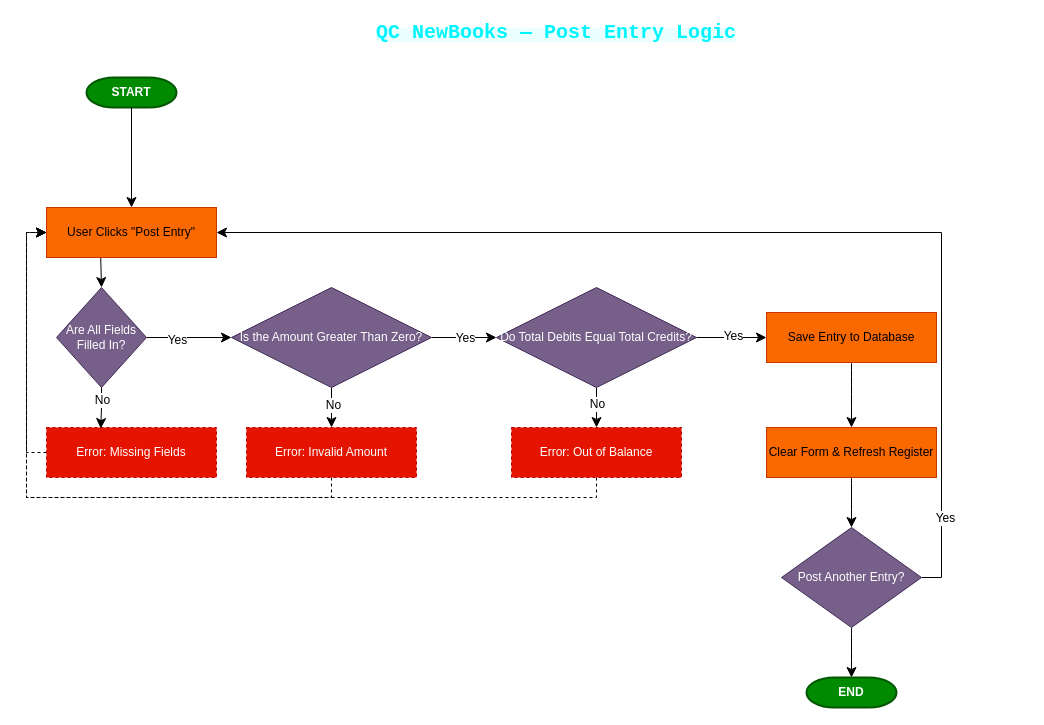
Earlier version of the draw.io diagram page "Part A — Flowchart" (1 of 2) of QC_NewBooks_Diagrams.drawio (callefrankie227-beep/diagram-qc-new-books). Source tidied: cells renumbered, new cells numbered last; positions are measured from the earlier drawing's top-left corner, leaving out a move shared by most shapes. Both pictures are drawn from the tidied source at 100%, with x=0, y=0 at pixel (46, 17).
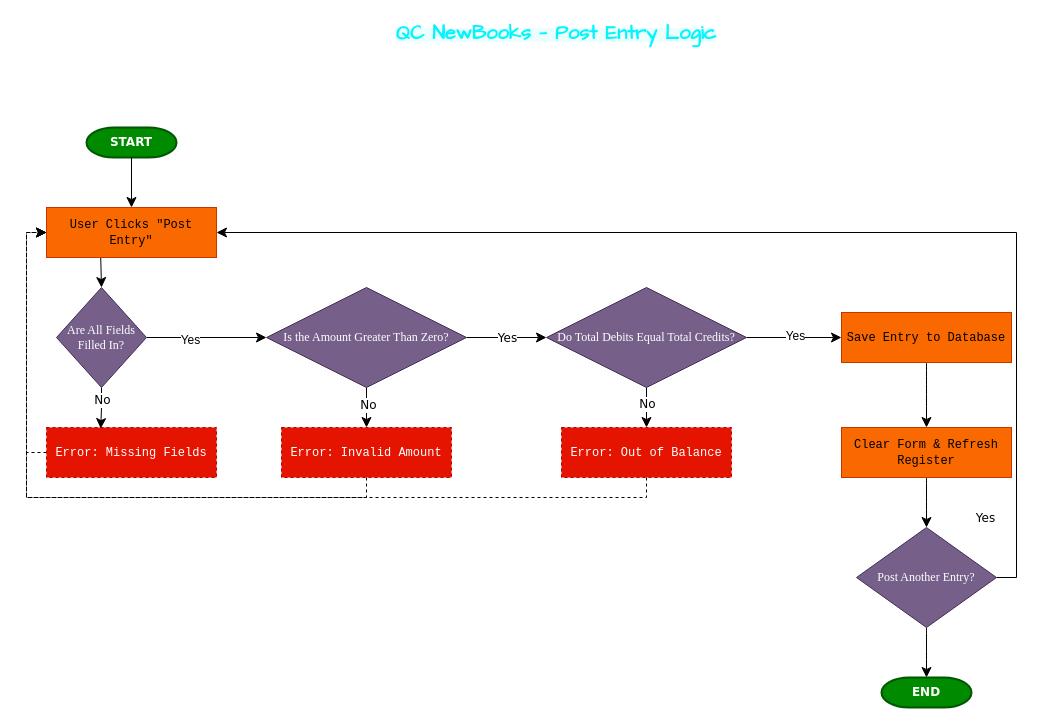
The same page after the edit.

Unchanged cells that the change refers to:
```xml
<mxCell id="12" style="rounded=0;jettySize=auto;html=1;exitX=0.5;exitY=1;exitDx=0;exitDy=0;entryX=0.319;entryY=0.021;entryDx=0;entryDy=0;entryPerimeter=0;fontSize=12;startSize=8;endSize=8;edgeStyle=orthogonalEdgeStyle;" parent="1" edge="1" source="9" target="11">
  <mxGeometry relative="1" as="geometry" />
</mxCell>
<mxCell id="14" style="edgeStyle=orthogonalEdgeStyle;rounded=0;jettySize=auto;html=1;exitX=0.5;exitY=1;exitDx=0;exitDy=0;fontSize=12;startSize=8;endSize=8;entryX=0.5;entryY=0;entryDx=0;entryDy=0;" parent="1" edge="1" source="18" target="20">
  <mxGeometry relative="1" as="geometry" />
</mxCell>
<mxCell id="16" style="edgeStyle=orthogonalEdgeStyle;rounded=0;jettySize=auto;html=1;exitX=1;exitY=0.5;exitDx=0;exitDy=0;entryX=0;entryY=0.5;entryDx=0;entryDy=0;fontSize=12;startSize=8;endSize=8;" parent="1" edge="1" source="18" target="25">
  <mxGeometry relative="1" as="geometry" />
</mxCell>
<mxCell id="21" style="edgeStyle=orthogonalEdgeStyle;rounded=0;jettySize=auto;html=1;exitX=0.5;exitY=1;exitDx=0;exitDy=0;entryX=0.5;entryY=0;entryDx=0;entryDy=0;fontSize=12;startSize=8;endSize=8;" parent="1" edge="1" source="25" target="27">
  <mxGeometry relative="1" as="geometry" />
</mxCell>
<mxCell id="32" style="edgeStyle=orthogonalEdgeStyle;rounded=0;jettySize=auto;html=1;exitX=1;exitY=0.5;exitDx=0;exitDy=0;fontSize=12;startSize=8;endSize=8;entryX=1;entryY=0.5;entryDx=0;entryDy=0;" parent="1" edge="1" source="35" target="5">
  <mxGeometry relative="1" as="geometry" />
</mxCell>
```

Diff of the diagram source:
```diff
@@
-    <mxCell id="2" value="&lt;span style=&quot;color: rgb(0, 245, 255); font-family: &amp;quot;Share Tech Mono&amp;quot;, monospace; text-align: start; background-color: rgba(0, 245, 255, 0.08);&quot;&gt;&lt;b style=&quot;&quot;&gt;&lt;font style=&quot;font-size: 20px;&quot;&gt;QC NewBooks — Post Entry Logic&lt;/font&gt;&lt;/b&gt;&lt;/span&gt;" style="text;html=1;whiteSpace=wrap;strokeColor=none;fillColor=light-dark(#FFFFFF,#66FFFF);align=center;verticalAlign=middle;rounded=0;" parent="1" vertex="1">
+    <mxCell id="2" value="&lt;span style=&quot;color: rgb(0, 245, 255); text-align: start; background-color: rgba(0, 245, 255, 0.08);&quot;&gt;&lt;b style=&quot;&quot;&gt;&lt;font style=&quot;font-size: 20px;&quot; face=&quot;Comic Sans MS&quot;&gt;QC NewBooks — Post Entry Logic&lt;/font&gt;&lt;/b&gt;&lt;/span&gt;" style="text;html=1;whiteSpace=wrap;strokeColor=none;fillColor=light-dark(#FFFFFF,#66FFFF);align=center;verticalAlign=middle;rounded=0;" parent="1" vertex="1">
       <mxGeometry x="315" width="390" height="30" as="geometry" />
     </mxCell>
-    <mxCell id="3" value="&lt;b&gt;START&lt;/b&gt;" style="strokeWidth=2;html=1;shape=mxgraph.flowchart.terminator;whiteSpace=wrap;fillColor=#008a00;fontColor=#ffffff;strokeColor=light-dark(#005700,#003300);gradientColor=none;" parent="1" vertex="1">
-      <mxGeometry x="40" y="60" width="90" height="30" as="geometry" />
+    <mxCell id="3" value="&lt;b&gt;&lt;font face=&quot;Verdana&quot;&gt;START&lt;/font&gt;&lt;/b&gt;" style="strokeWidth=2;html=1;shape=mxgraph.flowchart.terminator;whiteSpace=wrap;fillColor=#008a00;fontColor=#ffffff;strokeColor=light-dark(#005700,#003300);gradientColor=none;" parent="1" vertex="1">
+      <mxGeometry x="40" y="110" width="90" height="30" as="geometry" />
     </mxCell>
@@
-    <mxCell id="5" value="User Clicks &quot;Post Entry&quot;" style="html=1;dashed=0;whiteSpace=wrap;fillColor=#fa6800;fontColor=light-dark(#000000,#000000);strokeColor=light-dark(#C73500,#331A00);" parent="1" vertex="1">
+    <mxCell id="5" value="&lt;font face=&quot;Courier New&quot;&gt;User Clicks &quot;Post Entry&quot;&lt;/font&gt;" style="html=1;dashed=0;whiteSpace=wrap;fillColor=#fa6800;fontColor=light-dark(#000000,#000000);strokeColor=light-dark(#C73500,#331A00);" parent="1" vertex="1">
       <mxGeometry y="190" width="170" height="50" as="geometry" />
     </mxCell>
@@
-    <mxCell id="9" value="Are All Fields Filled In?" style="rhombus;whiteSpace=wrap;html=1;fillColor=#76608a;fontColor=#ffffff;strokeColor=light-dark(#432D57,#190033);" parent="1" vertex="1">
+    <mxCell id="9" value="&lt;font face=&quot;Garamond&quot;&gt;Are All Fields Filled In?&lt;/font&gt;" style="rhombus;whiteSpace=wrap;html=1;fillColor=#76608a;fontColor=#ffffff;strokeColor=light-dark(#432D57,#190033);" parent="1" vertex="1">
       <mxGeometry x="10" y="270" width="90" height="100" as="geometry" />
     </mxCell>
@@
-    <mxCell id="11" value="Error: Missing Fields" style="html=1;dashed=1;whiteSpace=wrap;fillColor=light-dark(#E51400,#FF3333);fontColor=#ffffff;strokeColor=light-dark(#B20000,#330000);" parent="1" vertex="1">
+    <mxCell id="11" value="&lt;font face=&quot;Courier New&quot;&gt;Error: Missing Fields&lt;/font&gt;" style="html=1;dashed=1;whiteSpace=wrap;fillColor=light-dark(#E51400,#FF3333);fontColor=#ffffff;strokeColor=light-dark(#B20000,#330000);" parent="1" vertex="1">
       <mxGeometry y="410" width="170" height="50" as="geometry" />
     </mxCell>
@@
-    <mxCell id="13" value="No" style="edgeLabel;html=1;align=center;verticalAlign=middle;fontSize=12;" parent="12" vertex="1">
+    <mxCell id="13" value="&lt;font face=&quot;Verdana&quot;&gt;No&lt;/font&gt;" style="edgeLabel;html=1;align=center;verticalAlign=middle;fontSize=12;" parent="12" vertex="1">
       <mxGeometry x="-0.42" relative="1" as="geometry" />
     </mxCell>
@@
-    <mxCell id="15" value="No" style="edgeLabel;html=1;align=center;verticalAlign=middle;fontSize=12;" parent="14" vertex="1">
+    <mxCell id="15" value="&lt;font face=&quot;Verdana&quot;&gt;No&lt;/font&gt;" style="edgeLabel;html=1;align=center;verticalAlign=middle;fontSize=12;" parent="14" vertex="1">
       <mxGeometry x="-0.14" y="1" relative="1" as="geometry" />
     </mxCell>
@@
-    <mxCell id="17" value="Yes" style="edgeLabel;html=1;align=center;verticalAlign=middle;fontSize=12;" parent="16" vertex="1">
+    <mxCell id="17" value="&lt;font face=&quot;Verdana&quot;&gt;Yes&lt;/font&gt;" style="edgeLabel;html=1;align=center;verticalAlign=middle;fontSize=12;" parent="16" vertex="1">
       <mxGeometry relative="1" as="geometry" />
     </mxCell>
-    <mxCell id="18" value="&lt;div style=&quot;&quot;&gt;&lt;span style=&quot;background-color: transparent; color: light-dark(rgb(255, 255, 255), rgb(18, 18, 18));&quot;&gt;Is the Amount Greater Than Zero?&lt;/span&gt;&lt;/div&gt;" style="rhombus;whiteSpace=wrap;html=1;fillColor=#76608a;strokeColor=#432D57;fontColor=#ffffff;align=center;" parent="1" vertex="1">
-      <mxGeometry x="185" y="270" width="200" height="100" as="geometry" />
+    <mxCell id="18" value="&lt;div style=&quot;&quot;&gt;&lt;span style=&quot;background-color: transparent; color: light-dark(rgb(255, 255, 255), rgb(18, 18, 18));&quot;&gt;&lt;font face=&quot;Garamond&quot;&gt;Is the Amount Greater Than Zero?&lt;/font&gt;&lt;/span&gt;&lt;/div&gt;" style="rhombus;whiteSpace=wrap;html=1;fillColor=#76608a;strokeColor=#432D57;fontColor=#ffffff;align=center;" parent="1" vertex="1">
+      <mxGeometry x="220" y="270" width="200" height="100" as="geometry" />
     </mxCell>
@@
-    <mxCell id="20" value="Error: Invalid Amount" style="html=1;dashed=1;whiteSpace=wrap;fillColor=light-dark(#E51400,#FF3333);fontColor=#ffffff;strokeColor=light-dark(#B20000,#330000);" parent="1" vertex="1">
-      <mxGeometry x="200" y="410" width="170" height="50" as="geometry" />
+    <mxCell id="20" value="&lt;font face=&quot;Courier New&quot;&gt;Error: Invalid Amount&lt;/font&gt;" style="html=1;dashed=1;whiteSpace=wrap;fillColor=light-dark(#E51400,#FF3333);fontColor=#ffffff;strokeColor=light-dark(#B20000,#330000);" parent="1" vertex="1">
+      <mxGeometry x="235" y="410" width="170" height="50" as="geometry" />
     </mxCell>
@@
-    <mxCell id="22" value="No" style="edgeLabel;html=1;align=center;verticalAlign=middle;fontSize=12;" parent="21" vertex="1">
+    <mxCell id="22" value="&lt;font face=&quot;Verdana&quot;&gt;No&lt;/font&gt;" style="edgeLabel;html=1;align=center;verticalAlign=middle;fontSize=12;" parent="21" vertex="1">
       <mxGeometry x="-0.18" relative="1" as="geometry" />
     </mxCell>
@@
-    <mxCell id="25" value="&lt;div style=&quot;&quot;&gt;&lt;span style=&quot;background-color: transparent; color: light-dark(rgb(255, 255, 255), rgb(18, 18, 18));&quot;&gt;Do Total Debits Equal Total Credits?&lt;/span&gt;&lt;/div&gt;" style="rhombus;whiteSpace=wrap;html=1;fillColor=#76608a;strokeColor=#432D57;fontColor=#ffffff;align=center;" parent="1" vertex="1">
-      <mxGeometry x="450" y="270" width="200" height="100" as="geometry" />
+    <mxCell id="25" value="&lt;div style=&quot;&quot;&gt;&lt;span style=&quot;background-color: transparent; color: light-dark(rgb(255, 255, 255), rgb(18, 18, 18));&quot;&gt;&lt;font face=&quot;Garamond&quot;&gt;Do Total Debits Equal Total Credits?&lt;/font&gt;&lt;/span&gt;&lt;/div&gt;" style="rhombus;whiteSpace=wrap;html=1;fillColor=#76608a;strokeColor=#432D57;fontColor=#ffffff;align=center;" parent="1" vertex="1">
+      <mxGeometry x="500" y="270" width="200" height="100" as="geometry" />
     </mxCell>
@@
-    <mxCell id="27" value="Error: Out of Balance" style="html=1;dashed=1;whiteSpace=wrap;fillColor=light-dark(#E51400,#FF3333);fontColor=#ffffff;strokeColor=light-dark(#B20000,#330000);" parent="1" vertex="1">
-      <mxGeometry x="465" y="410" width="170" height="50" as="geometry" />
+    <mxCell id="27" value="&lt;font face=&quot;Courier New&quot;&gt;Error: Out of Balance&lt;/font&gt;" style="html=1;dashed=1;whiteSpace=wrap;fillColor=light-dark(#E51400,#FF3333);fontColor=#ffffff;strokeColor=light-dark(#B20000,#330000);" parent="1" vertex="1">
+      <mxGeometry x="515" y="410" width="170" height="50" as="geometry" />
     </mxCell>
@@
-    <mxCell id="29" value="Save Entry to Database" style="html=1;dashed=0;whiteSpace=wrap;fillColor=#fa6800;fontColor=light-dark(#000000,#000000);strokeColor=light-dark(#C73500,#331A00);" parent="1" vertex="1">
-      <mxGeometry x="720" y="295" width="170" height="50" as="geometry" />
+    <mxCell id="29" value="&lt;font face=&quot;Courier New&quot;&gt;Save Entry to Database&lt;/font&gt;" style="html=1;dashed=0;whiteSpace=wrap;fillColor=#fa6800;fontColor=light-dark(#000000,#000000);strokeColor=light-dark(#C73500,#331A00);" parent="1" vertex="1">
+      <mxGeometry x="795" y="295" width="170" height="50" as="geometry" />
     </mxCell>
@@
-    <mxCell id="31" value="Clear Form &amp;amp; Refresh Register" style="html=1;dashed=0;whiteSpace=wrap;fillColor=#fa6800;fontColor=light-dark(#000000,#000000);strokeColor=light-dark(#C73500,#331A00);" parent="1" vertex="1">
-      <mxGeometry x="720" y="410" width="170" height="50" as="geometry" />
+    <mxCell id="31" value="&lt;font face=&quot;Courier New&quot;&gt;Clear Form &amp;amp; Refresh Register&lt;/font&gt;" style="html=1;dashed=0;whiteSpace=wrap;fillColor=#fa6800;fontColor=light-dark(#000000,#000000);strokeColor=light-dark(#C73500,#331A00);" parent="1" vertex="1">
+      <mxGeometry x="795" y="410" width="170" height="50" as="geometry" />
     </mxCell>
@@
-    <mxCell id="33" value="Yes" style="edgeLabel;html=1;align=center;verticalAlign=middle;fontSize=12;" parent="32" vertex="1">
+    <mxCell id="33" value="&lt;font face=&quot;Verdana&quot;&gt;Yes&lt;/font&gt;" style="edgeLabel;html=1;align=center;verticalAlign=middle;fontSize=12;" parent="32" vertex="1">
       <mxGeometry x="-0.08" y="-4" relative="1" as="geometry">
         <mxPoint x="139" y="289" as="offset" />
       </mxGeometry>
     </mxCell>
@@
-    <mxCell id="35" value="&lt;div style=&quot;&quot;&gt;&lt;span style=&quot;background-color: transparent; color: light-dark(rgb(255, 255, 255), rgb(18, 18, 18));&quot;&gt;Post Another Entry?&lt;/span&gt;&lt;/div&gt;" style="rhombus;whiteSpace=wrap;html=1;fillColor=#76608a;strokeColor=#432D57;fontColor=#ffffff;align=center;" parent="1" vertex="1">
-      <mxGeometry x="735" y="510" width="140" height="100" as="geometry" />
+    <mxCell id="35" value="&lt;div style=&quot;&quot;&gt;&lt;span style=&quot;background-color: transparent; color: light-dark(rgb(255, 255, 255), rgb(18, 18, 18));&quot;&gt;&lt;font face=&quot;Garamond&quot;&gt;Post Another Entry?&lt;/font&gt;&lt;/span&gt;&lt;/div&gt;" style="rhombus;whiteSpace=wrap;html=1;fillColor=#76608a;strokeColor=#432D57;fontColor=#ffffff;align=center;" parent="1" vertex="1">
+      <mxGeometry x="810" y="510" width="140" height="100" as="geometry" />
     </mxCell>
-    <mxCell id="36" value="&lt;b&gt;END&lt;/b&gt;" style="strokeWidth=2;html=1;shape=mxgraph.flowchart.terminator;whiteSpace=wrap;fillColor=#008a00;fontColor=#ffffff;strokeColor=light-dark(#005700,#003300);gradientColor=none;" parent="1" vertex="1">
-      <mxGeometry x="760" y="660" width="90" height="30" as="geometry" />
+    <mxCell id="36" value="&lt;b&gt;&lt;font face=&quot;Verdana&quot;&gt;END&lt;/font&gt;&lt;/b&gt;" style="strokeWidth=2;html=1;shape=mxgraph.flowchart.terminator;whiteSpace=wrap;fillColor=#008a00;fontColor=#ffffff;strokeColor=light-dark(#005700,#003300);gradientColor=none;" parent="1" vertex="1">
+      <mxGeometry x="835" y="660" width="90" height="30" as="geometry" />
     </mxCell>
```
